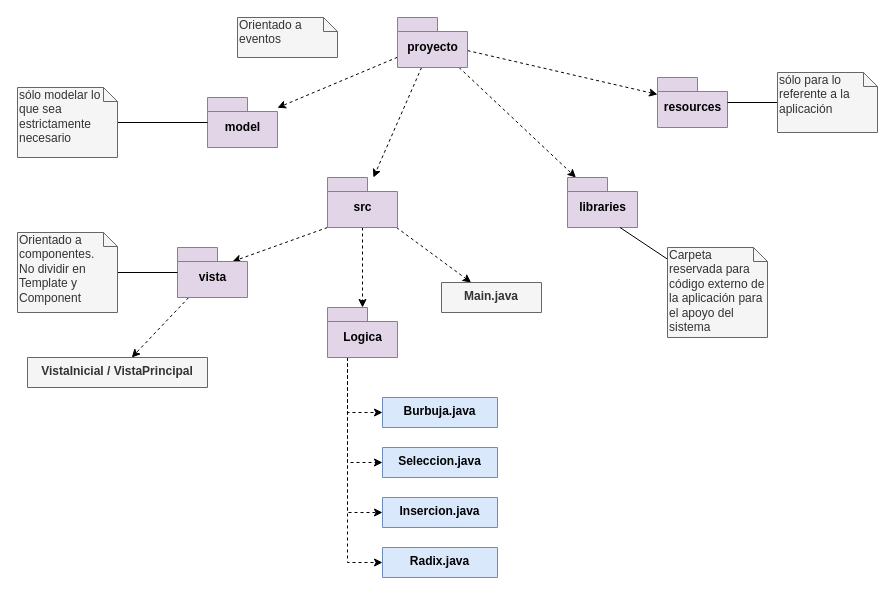
JeanCarlosSC/comparacion-metodos-de-ordenacion keeps this draw.io diagram as page "packages" (2 of 4) of model/propuesta.drawio. Above is the earlier version. Source tidied: cells renumbered, new cells numbered last; positions are measured from the earlier drawing's top-left corner, leaving out a move shared by most shapes. Both pictures are drawn from the tidied source at 100%, with x=0, y=0 at pixel (17, 17).
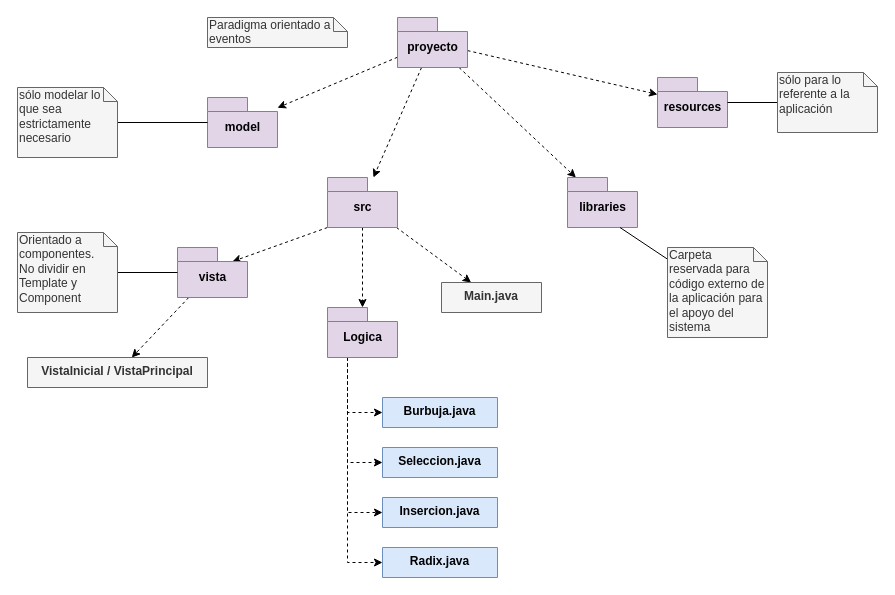
The same diagram, later.

Diff of the diagram source:
```diff
@@
-    <mxCell id="25" value="Orientado a eventos" style="shape=note;whiteSpace=wrap;html=1;size=14;verticalAlign=top;align=left;spacingTop=-6;fillColor=#f5f5f5;strokeColor=#666666;fontColor=#333333;" parent="1" vertex="1">
-      <mxGeometry x="220" width="100" height="40" as="geometry" />
+    <mxCell id="25" value="Paradigma orientado a eventos" style="shape=note;whiteSpace=wrap;html=1;size=14;verticalAlign=top;align=left;spacingTop=-6;fillColor=#f5f5f5;strokeColor=#666666;fontColor=#333333;" parent="1" vertex="1">
+      <mxGeometry x="190" width="140" height="30" as="geometry" />
     </mxCell>
```
